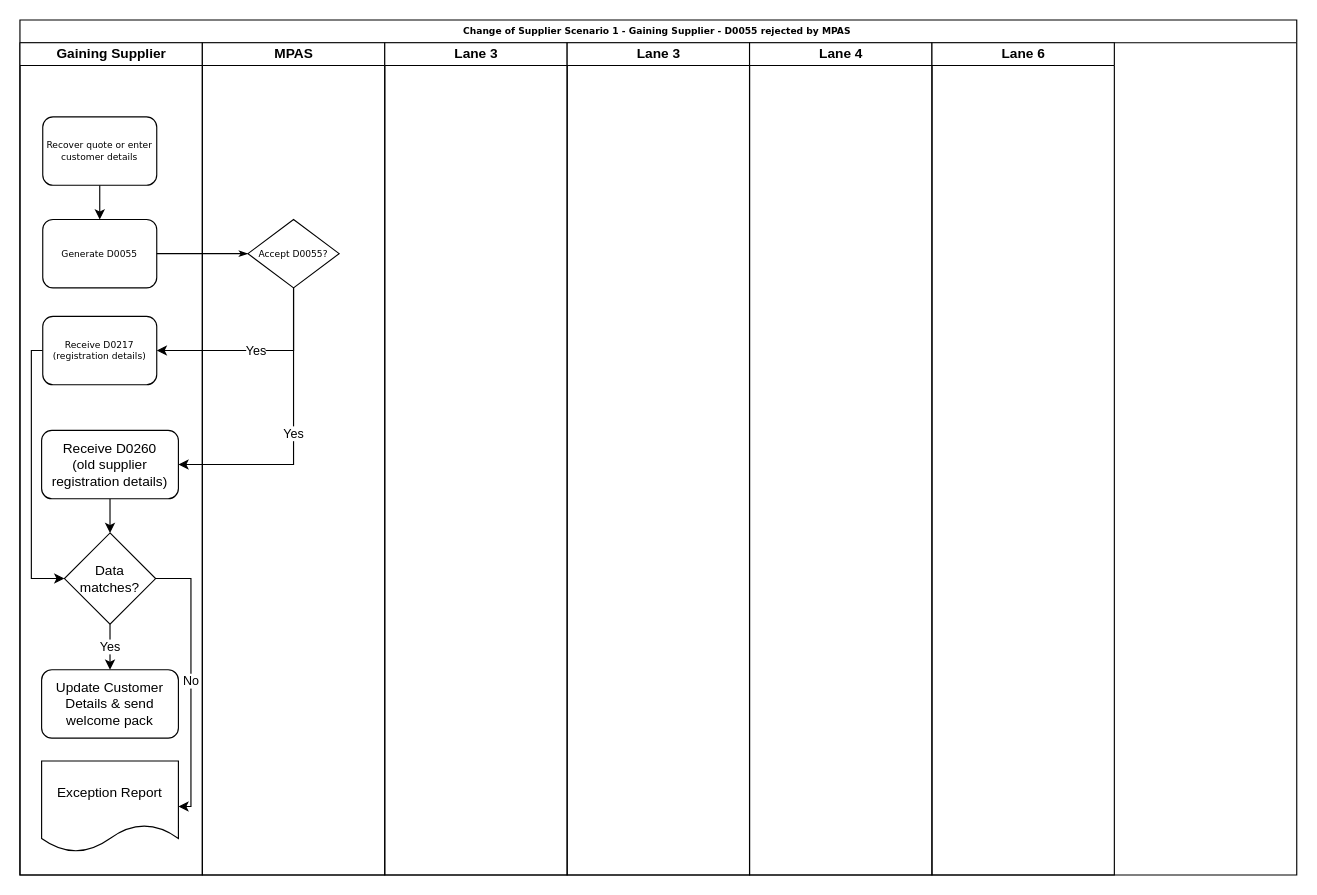
This is Gaining Customer Electricity Scenario 2.drawio from andykanu/energy-business-processes, a draw.io file, before an edit. Source tidied: cells renumbered, new cells numbered last; positions are measured from the earlier drawing's top-left corner, leaving out a move shared by most shapes. Both pictures are drawn from the tidied source at 114%, with x=0, y=0 at pixel (19, 19).
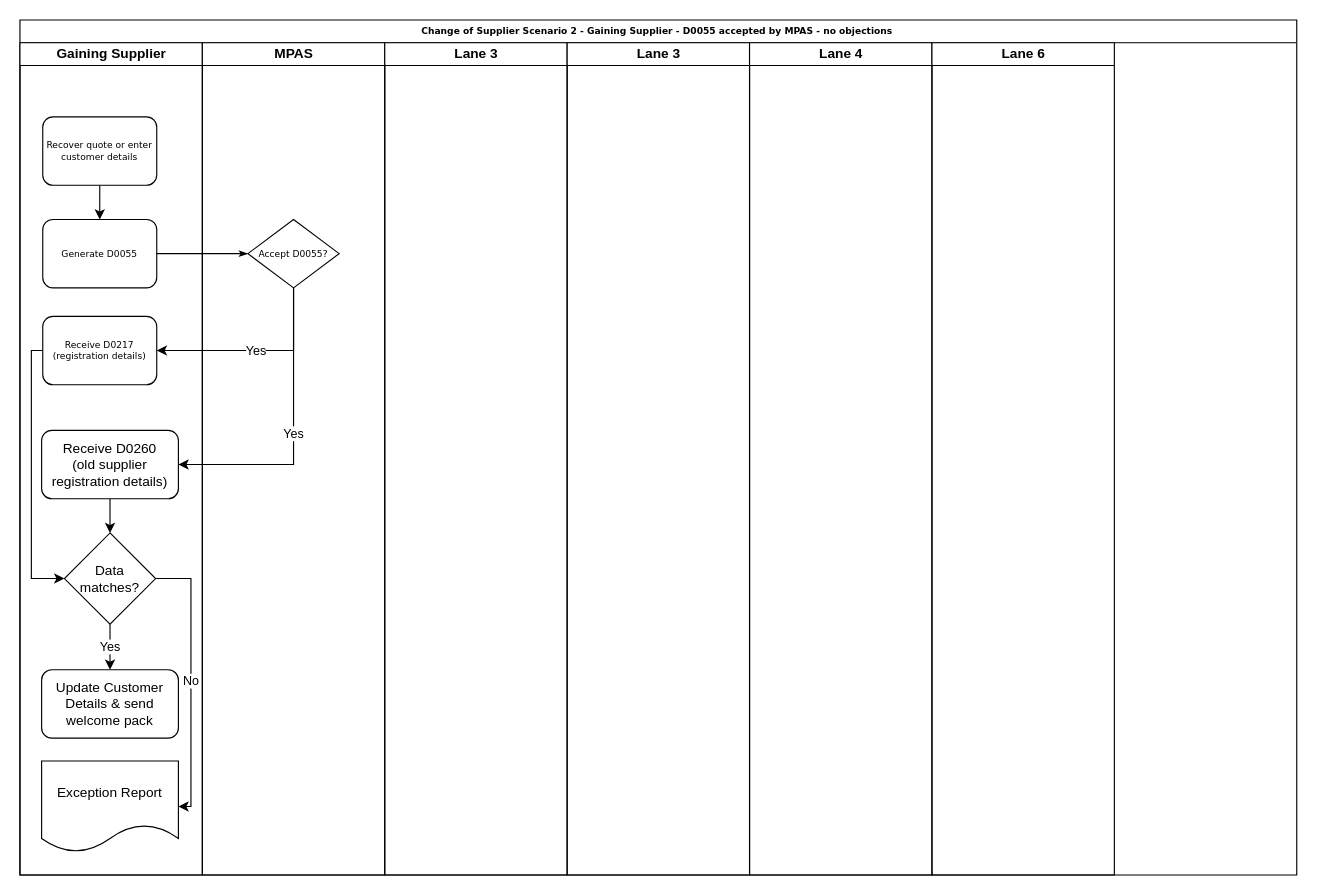
The same diagram, later.

What changed in the source:
```diff
@@
-    <mxCell id="2" value="Change of Supplier Scenario 1 - Gaining Supplier - D0055 rejected by MPAS&amp;nbsp;" style="swimlane;html=1;startSize=20;rounded=0;shadow=0;labelBackgroundColor=none;strokeColor=#000000;strokeWidth=1;fillColor=#ffffff;fontFamily=Verdana;fontSize=8;fontColor=#000000;align=center;" parent="1" vertex="1">
+    <mxCell id="2" value="Change of Supplier Scenario 2 - Gaining Supplier - D0055 accepted by MPAS - no objections&amp;nbsp;" style="swimlane;html=1;startSize=20;rounded=0;shadow=0;labelBackgroundColor=none;strokeColor=#000000;strokeWidth=1;fillColor=#ffffff;fontFamily=Verdana;fontSize=8;fontColor=#000000;align=center;" parent="1" vertex="1">
       <mxGeometry width="1120" height="750" as="geometry" />
     </mxCell>
```
